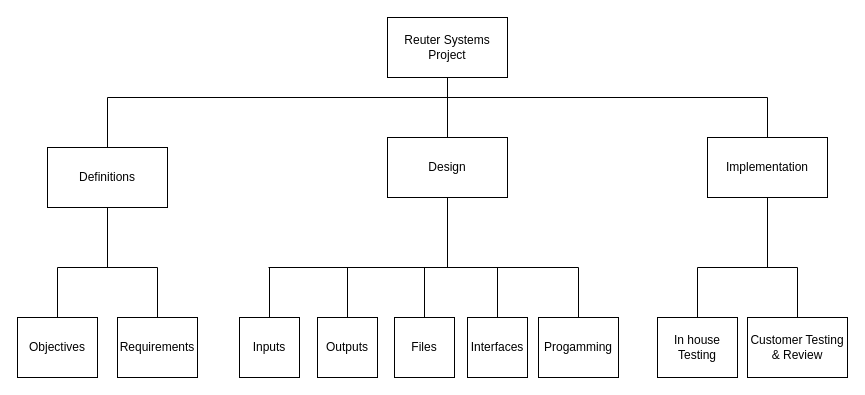
Earlier version of the draw.io diagram wix2002tuto1.drawio (justn0thinghere/drawio). Source tidied: cells renumbered, new cells numbered last; positions are measured from the earlier drawing's top-left corner, leaving out a move shared by most shapes. Both pictures are drawn from the tidied source at 100%, with x=0, y=0 at pixel (17, 17).
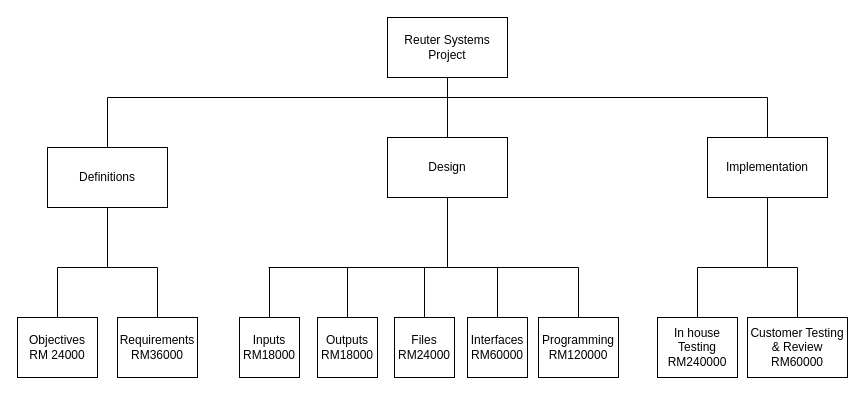
Above is the later version.

The edit, as a diff of the source:
```diff
@@
-    <mxCell id="6" value="Objectives" style="rounded=0;whiteSpace=wrap;html=1;" parent="1" vertex="1">
+    <mxCell id="6" value="Objectives&lt;div&gt;RM 24000&lt;/div&gt;" style="rounded=0;whiteSpace=wrap;html=1;" parent="1" vertex="1">
       <mxGeometry y="300" width="80" height="60" as="geometry" />
     </mxCell>
-    <mxCell id="7" value="Requirements" style="rounded=0;whiteSpace=wrap;html=1;" parent="1" vertex="1">
+    <mxCell id="7" value="Requirements&lt;div&gt;RM36000&lt;/div&gt;" style="rounded=0;whiteSpace=wrap;html=1;" parent="1" vertex="1">
       <mxGeometry x="100" y="300" width="80" height="60" as="geometry" />
     </mxCell>
-    <mxCell id="8" value="Inputs" style="rounded=0;whiteSpace=wrap;html=1;" parent="1" vertex="1">
+    <mxCell id="8" value="Inputs&lt;div&gt;RM18000&lt;/div&gt;" style="rounded=0;whiteSpace=wrap;html=1;" parent="1" vertex="1">
       <mxGeometry x="222" y="300" width="60" height="60" as="geometry" />
     </mxCell>
-    <mxCell id="9" value="Outputs" style="rounded=0;whiteSpace=wrap;html=1;" parent="1" vertex="1">
+    <mxCell id="9" value="Outputs&lt;div&gt;RM18000&lt;/div&gt;" style="rounded=0;whiteSpace=wrap;html=1;" parent="1" vertex="1">
       <mxGeometry x="300" y="300" width="60" height="60" as="geometry" />
     </mxCell>
-    <mxCell id="10" value="Files" style="rounded=0;whiteSpace=wrap;html=1;" parent="1" vertex="1">
+    <mxCell id="10" value="Files&lt;div&gt;RM24000&lt;/div&gt;" style="rounded=0;whiteSpace=wrap;html=1;" parent="1" vertex="1">
       <mxGeometry x="377" y="300" width="60" height="60" as="geometry" />
     </mxCell>
-    <mxCell id="11" value="Interfaces" style="rounded=0;whiteSpace=wrap;html=1;" parent="1" vertex="1">
+    <mxCell id="11" value="Interfaces&lt;div&gt;RM60000&lt;/div&gt;" style="rounded=0;whiteSpace=wrap;html=1;" parent="1" vertex="1">
       <mxGeometry x="450" y="300" width="60" height="60" as="geometry" />
     </mxCell>
-    <mxCell id="12" value="Progamming" style="rounded=0;whiteSpace=wrap;html=1;" parent="1" vertex="1">
+    <mxCell id="12" value="Programming&lt;div&gt;RM120000&lt;/div&gt;" style="rounded=0;whiteSpace=wrap;html=1;" parent="1" vertex="1">
       <mxGeometry x="521" y="300" width="80" height="60" as="geometry" />
     </mxCell>
-    <mxCell id="13" value="In house Testing" style="rounded=0;whiteSpace=wrap;html=1;" parent="1" vertex="1">
+    <mxCell id="13" value="In house Testing&lt;div&gt;RM240000&lt;/div&gt;" style="rounded=0;whiteSpace=wrap;html=1;" parent="1" vertex="1">
       <mxGeometry x="640" y="300" width="80" height="60" as="geometry" />
     </mxCell>
-    <mxCell id="14" value="Customer Testing &amp;amp; Review" style="rounded=0;whiteSpace=wrap;html=1;" parent="1" vertex="1">
+    <mxCell id="14" value="Customer Testing &amp;amp; Review&lt;div&gt;RM60000&lt;/div&gt;" style="rounded=0;whiteSpace=wrap;html=1;" parent="1" vertex="1">
       <mxGeometry x="730" y="300" width="100" height="60" as="geometry" />
     </mxCell>
```
